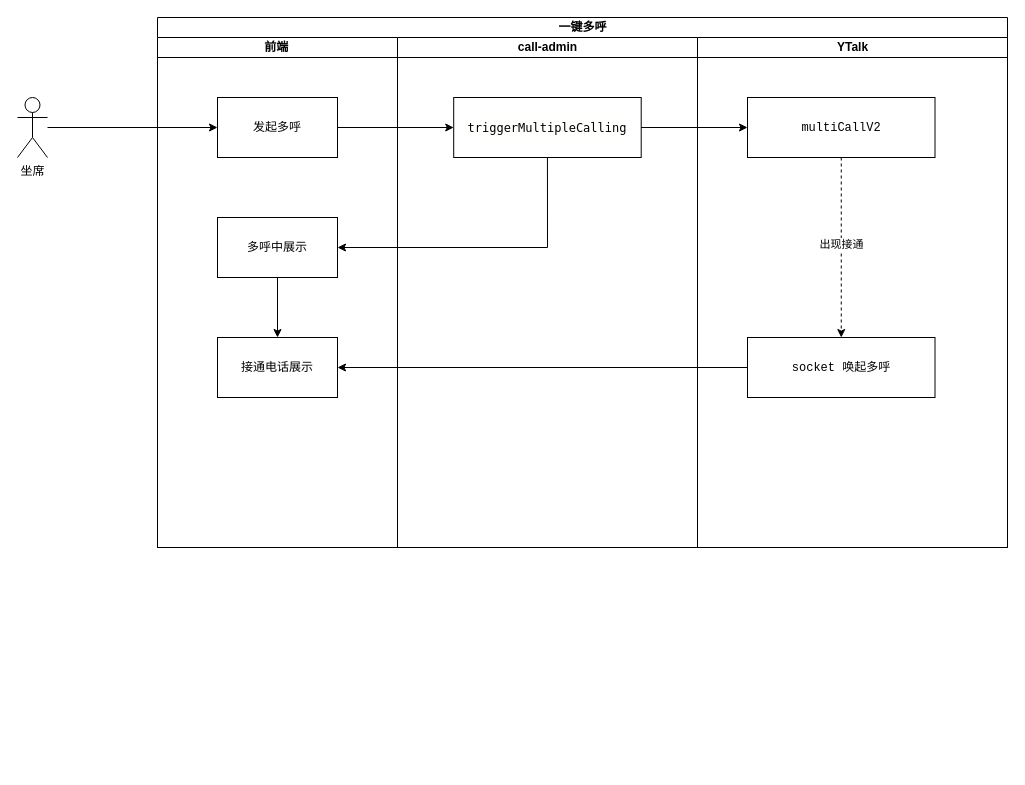
This is 电销-一键多呼.drawio from ABIN-DS/flowchart, a draw.io file, before an edit. Source tidied: cells renumbered, new cells numbered last; positions are measured from the earlier drawing's top-left corner, leaving out a move shared by most shapes. Both pictures are drawn from the tidied source at 100%, with x=0, y=0 at pixel (17, 17).
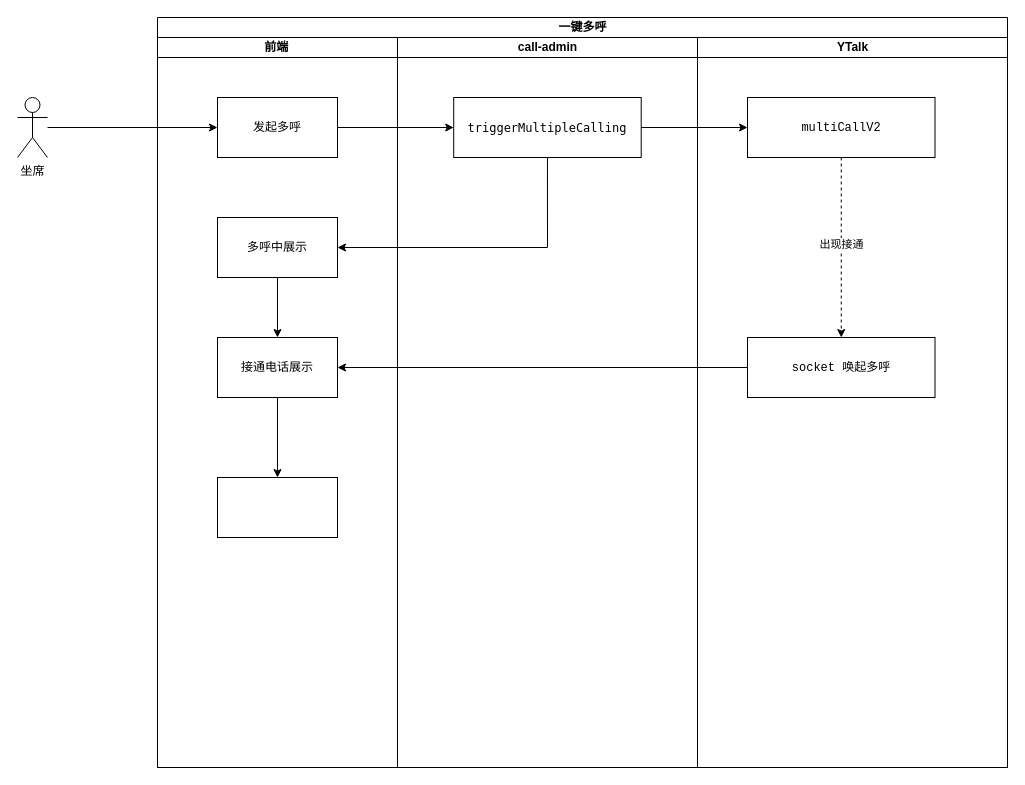
The same page after the edit.

Commit message:
更新电销-一键多呼.drawio

The change refers to these unchanged cells:
```xml
<mxCell id="7" value="接通电话展示" style="rounded=0;whiteSpace=wrap;html=1;" parent="3" vertex="1">
  <mxGeometry x="60" y="300" width="120" height="60" as="geometry" />
</mxCell>
```

What changed in the source:
```diff
@@
     <mxCell id="2" value="一键多呼" style="swimlane;startSize=20;html=1;" parent="1" vertex="1">
-      <mxGeometry x="140" width="850" height="530" as="geometry" />
+      <mxGeometry x="140" width="850" height="750" as="geometry" />
     </mxCell>
     <mxCell id="3" value="前端&lt;span style=&quot;white-space: pre;&quot;&gt;&#9;&lt;/span&gt;" style="swimlane;startSize=20;html=1;" parent="2" vertex="1">
-      <mxGeometry y="20" width="240" height="510" as="geometry" />
+      <mxGeometry y="20" width="240" height="730" as="geometry" />
     </mxCell>
@@
+    <mxCell id="21" style="edgeStyle=orthogonalEdgeStyle;rounded=0;jettySize=auto;html=1;fontFamily=Helvetica;fontSize=12;fontColor=default;" parent="3" edge="1" source="7" target="22">
+      <mxGeometry relative="1" as="geometry" />
+    </mxCell>
@@
+    <mxCell id="22" style="rounded=0;whiteSpace=wrap;html=1;" parent="3" vertex="1">
+      <mxGeometry x="60" y="440" width="120" height="60" as="geometry" />
+    </mxCell>
     <mxCell id="8" value="call-admin" style="swimlane;startSize=20;html=1;" parent="2" vertex="1">
-      <mxGeometry x="240" y="20" width="300" height="510" as="geometry" />
+      <mxGeometry x="240" y="20" width="300" height="730" as="geometry" />
     </mxCell>
@@
     <mxCell id="10" value="YTalk" style="swimlane;startSize=20;html=1;" parent="2" vertex="1">
-      <mxGeometry x="540" y="20" width="310" height="510" as="geometry" />
+      <mxGeometry x="540" y="20" width="310" height="730" as="geometry" />
     </mxCell>
```
